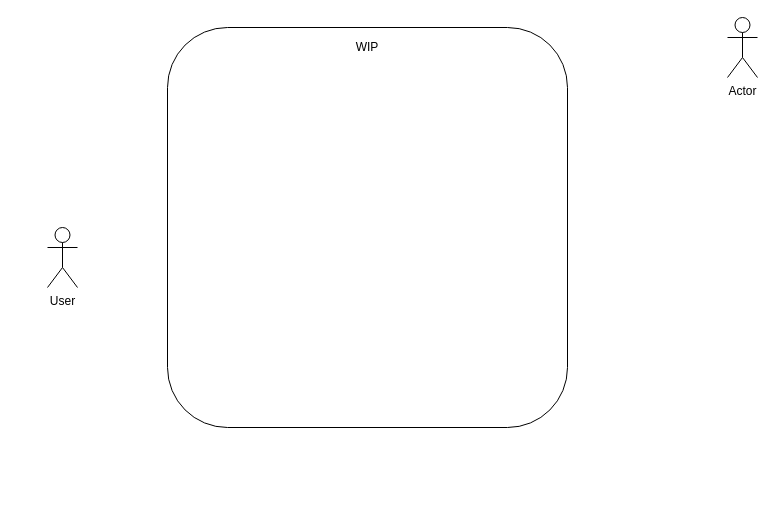
This is Usecase.drawio from astrrr/Right-posture, a draw.io file, before an edit. Source tidied: cells renumbered, new cells numbered last; positions are measured from the earlier drawing's top-left corner, leaving out a move shared by most shapes. Both pictures are drawn from the tidied source at 100%, with x=0, y=0 at pixel (47, 17).
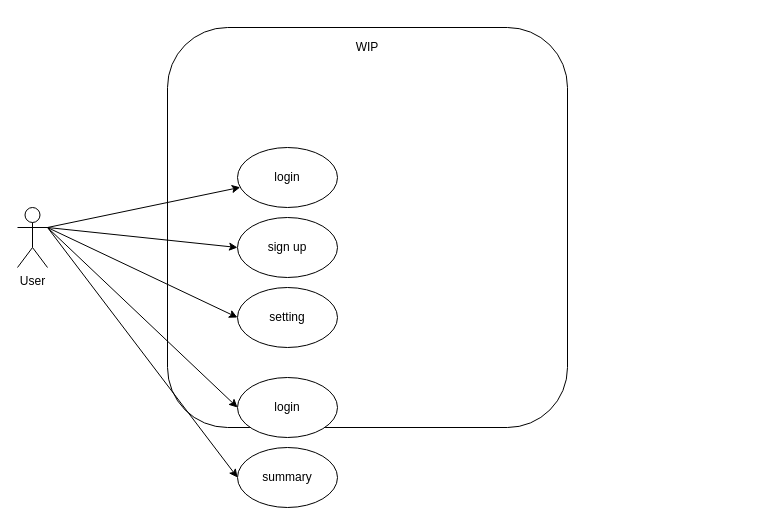
After the change.

Commit message:
Update add use case in system

Change to the diagram source:
```diff
@@
 <mxGraphModel>
   <root>
     <mxCell id="0" />
     <mxCell id="1" parent="0" />
     <mxCell id="2" value="User&lt;br&gt;" style="shape=umlActor;verticalLabelPosition=bottom;verticalAlign=top;html=1;outlineConnect=0;" parent="1" vertex="1">
-      <mxGeometry y="210" width="30" height="60" as="geometry" />
+      <mxGeometry x="-30" y="190" width="30" height="60" as="geometry" />
     </mxCell>
-    <mxCell id="3" value="Actor" style="shape=umlActor;verticalLabelPosition=bottom;verticalAlign=top;html=1;" parent="1" vertex="1">
-      <mxGeometry x="680" width="30" height="60" as="geometry" />
-    </mxCell>
-    <mxCell id="4" style="whiteSpace=wrap;html=1;rounded=1;" parent="1" vertex="1">
+    <mxCell id="4" style="whiteSpace=wrap;html=1;rounded=1;imageAspect=1;" parent="1" vertex="1">
       <mxGeometry x="120" y="10" width="400" height="400" as="geometry" />
     </mxCell>
+    <mxCell id="6" value="login" style="ellipse;whiteSpace=wrap;html=1;" parent="1" vertex="1">
+      <mxGeometry x="190" y="130" width="100" height="60" as="geometry" />
+    </mxCell>
     <mxCell id="5" value="WIP" style="text;html=1;strokeColor=none;fillColor=none;align=center;verticalAlign=middle;whiteSpace=wrap;rounded=0;" parent="1" vertex="1">
       <mxGeometry x="265" y="20" width="110" height="20" as="geometry" />
     </mxCell>
+    <mxCell id="7" value="sign up" style="ellipse;whiteSpace=wrap;html=1;" parent="1" vertex="1">
+      <mxGeometry x="190" y="200" width="100" height="60" as="geometry" />
+    </mxCell>
+    <mxCell id="8" value="setting" style="ellipse;whiteSpace=wrap;html=1;" parent="1" vertex="1">
+      <mxGeometry x="190" y="270" width="100" height="60" as="geometry" />
+    </mxCell>
+    <mxCell id="9" value="login" style="ellipse;whiteSpace=wrap;html=1;" parent="1" vertex="1">
+      <mxGeometry x="190" y="360" width="100" height="60" as="geometry" />
+    </mxCell>
+    <mxCell id="10" value="summary" style="ellipse;whiteSpace=wrap;html=1;" parent="1" vertex="1">
+      <mxGeometry x="190" y="430" width="100" height="60" as="geometry" />
+    </mxCell>
+    <mxCell id="11" style="rounded=0;jettySize=auto;html=1;exitX=1;exitY=0.3333333333333333;exitDx=0;exitDy=0;exitPerimeter=0;" parent="1" edge="1" source="2" target="6">
+      <mxGeometry relative="1" as="geometry" />
+    </mxCell>
+    <mxCell id="12" style="edgeStyle=none;rounded=0;jettySize=auto;html=1;exitX=1;exitY=0.3333333333333333;exitDx=0;exitDy=0;exitPerimeter=0;entryX=0;entryY=0.5;entryDx=0;entryDy=0;" parent="1" edge="1" source="2" target="7">
+      <mxGeometry relative="1" as="geometry" />
+    </mxCell>
+    <mxCell id="13" style="edgeStyle=none;rounded=0;jettySize=auto;html=1;exitX=1;exitY=0.3333333333333333;exitDx=0;exitDy=0;exitPerimeter=0;entryX=0;entryY=0.5;entryDx=0;entryDy=0;" parent="1" edge="1" source="2" target="8">
+      <mxGeometry relative="1" as="geometry" />
+    </mxCell>
+    <mxCell id="14" style="edgeStyle=none;rounded=0;jettySize=auto;html=1;exitX=1;exitY=0.3333333333333333;exitDx=0;exitDy=0;exitPerimeter=0;entryX=0;entryY=0.5;entryDx=0;entryDy=0;" parent="1" edge="1" source="2" target="9">
+      <mxGeometry relative="1" as="geometry" />
+    </mxCell>
+    <mxCell id="15" style="edgeStyle=none;rounded=0;jettySize=auto;html=1;exitX=1;exitY=0.3333333333333333;exitDx=0;exitDy=0;exitPerimeter=0;entryX=0;entryY=0.5;entryDx=0;entryDy=0;" parent="1" edge="1" source="2" target="10">
+      <mxGeometry relative="1" as="geometry" />
+    </mxCell>
   </root>
 </mxGraphModel>
```
